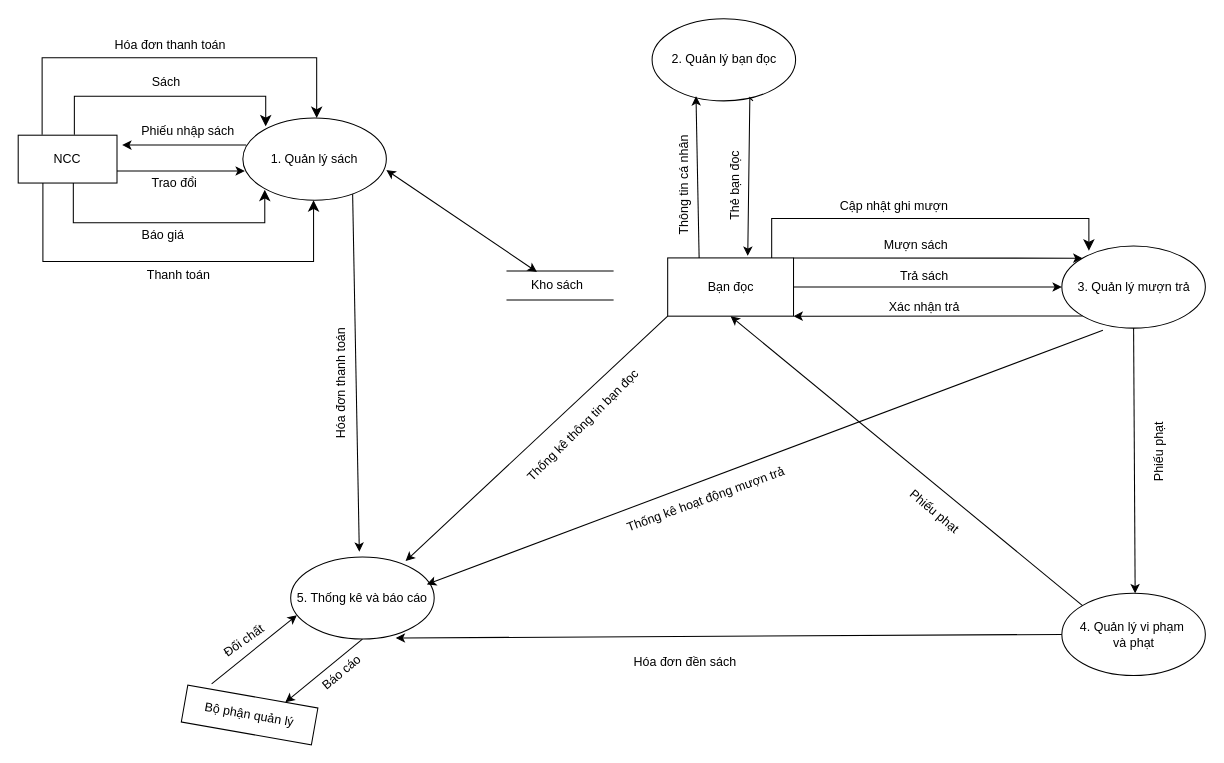
Before: page "Sơ đồ mức đỉnh" (4 of 8) of Đồ án nhóm 1.drawio in Nguyenquynh235/DoAnNhom1, a draw.io diagram. Source tidied: cells renumbered, new cells numbered last; positions are measured from the earlier drawing's top-left corner, leaving out a move shared by most shapes. Both pictures are drawn from the tidied source at 104%, with x=0, y=0 at pixel (18, 18).
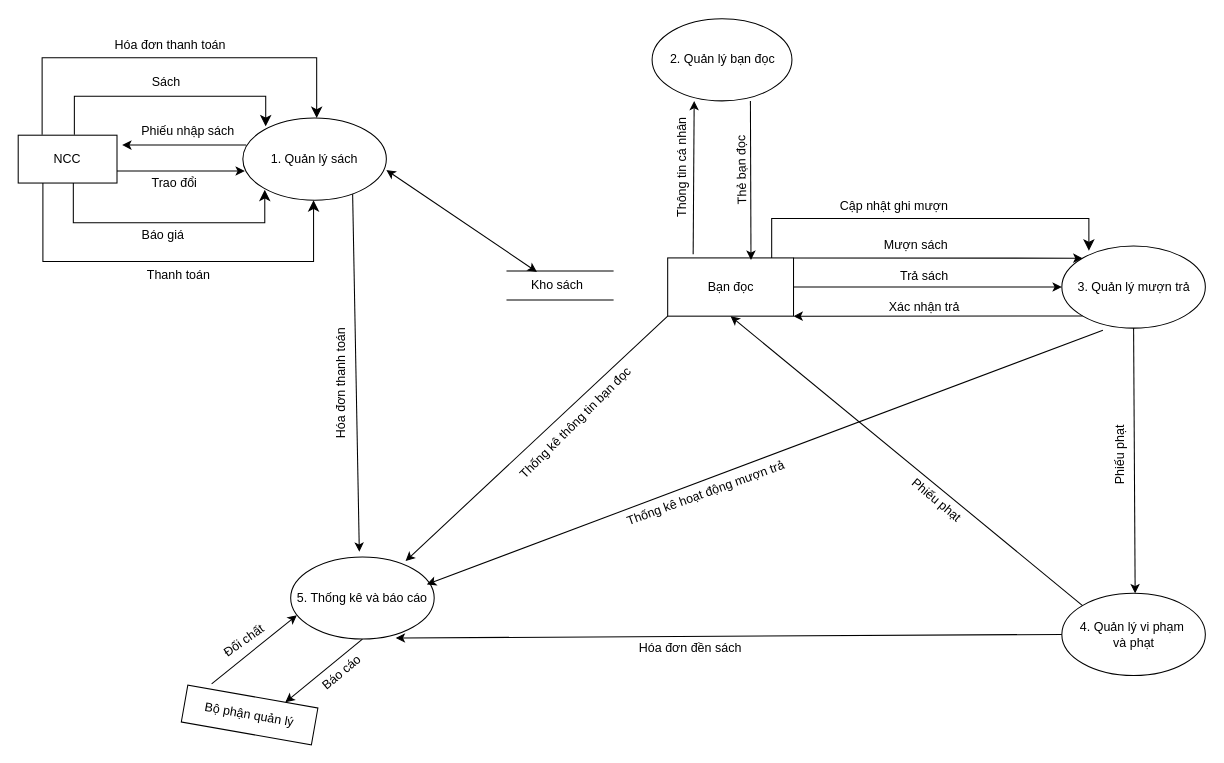
The same page after the edit.

Unchanged cells that the change refers to:
```xml
<mxCell id="15" value="Bạn đọc" style="rounded=0;whiteSpace=wrap;html=1;" parent="1" vertex="1">
  <mxGeometry x="624.5" y="230.5" width="121" height="56" as="geometry" />
</mxCell>
```

Change to the diagram source:
```diff
@@
     <mxCell id="3" value="2. Quản lý bạn đọc" style="ellipse;whiteSpace=wrap;html=1;" parent="1" vertex="1">
-      <mxGeometry x="609.5" y="0.5" width="138" height="79" as="geometry" />
+      <mxGeometry x="609.5" y="0.5" width="134.5" height="79" as="geometry" />
     </mxCell>
@@
-    <mxCell id="16" style="endArrow=classic;html=1;rounded=0;exitX=0.25;exitY=0;exitDx=0;exitDy=0;entryX=0.306;entryY=0.943;entryDx=0;entryDy=0;entryPerimeter=0;" parent="1" edge="1" source="15" target="3">
-      <mxGeometry relative="1" as="geometry" />
+    <mxCell id="16" style="endArrow=classic;html=1;rounded=0;entryX=0.301;entryY=1.001;entryDx=0;entryDy=0;entryPerimeter=0;" parent="1" edge="1" target="3">
+      <mxGeometry relative="1" as="geometry">
+        <mxPoint x="649" y="227" as="sourcePoint" />
+      </mxGeometry>
     </mxCell>
-    <mxCell id="17" style="endArrow=classic;html=1;rounded=0;exitX=0.703;exitY=1;exitDx=0;exitDy=0;exitPerimeter=0;" parent="1" edge="1" source="3">
-      <mxGeometry relative="1" as="geometry">
-        <mxPoint x="701.5" y="228.5" as="targetPoint" />
-        <Array as="points">
-          <mxPoint x="703.5" y="76.5" />
-        </Array>
-      </mxGeometry>
+    <mxCell id="17" style="endArrow=classic;html=1;rounded=0;exitX=0.703;exitY=1;exitDx=0;exitDy=0;exitPerimeter=0;entryX=0.662;entryY=0.034;entryDx=0;entryDy=0;entryPerimeter=0;" parent="1" edge="1" source="3" target="15">
+      <mxGeometry relative="1" as="geometry" />
     </mxCell>
@@
     <mxCell id="42" value="Thống kê thông tin bạn đọc" style="text;html=1;align=center;verticalAlign=middle;strokeColor=none;fillColor=none;rotation=-45;" parent="1" vertex="1">
-      <mxGeometry x="461.5" y="379" width="163" height="26" as="geometry" />
+      <mxGeometry x="454" y="377" width="163" height="26" as="geometry" />
     </mxCell>
-    <mxCell id="43" value="Thẻ bạn đọc" style="text;html=1;align=center;verticalAlign=middle;strokeColor=none;fillColor=none;rotation=-90;" parent="1" vertex="1">
-      <mxGeometry x="646.5" y="148.5" width="85" height="26" as="geometry" />
-    </mxCell>
-    <mxCell id="44" value="Thông tin cá nhân" style="text;html=1;align=center;verticalAlign=middle;strokeColor=none;fillColor=none;rotation=-90;" parent="1" vertex="1">
-      <mxGeometry x="583.5" y="148.5" width="114" height="26" as="geometry" />
-    </mxCell>
     <mxCell id="45" value="Phiếu phạt" style="text;html=1;align=center;verticalAlign=middle;strokeColor=none;fillColor=none;rotation=40;" parent="1" vertex="1">
-      <mxGeometry x="843" y="461" width="75" height="26" as="geometry" />
+      <mxGeometry x="845" y="450" width="75" height="26" as="geometry" />
     </mxCell>
     <mxCell id="46" value="Phiếu phạt" style="text;html=1;align=center;verticalAlign=middle;strokeColor=none;fillColor=none;rotation=-90;" parent="1" vertex="1">
-      <mxGeometry x="1060" y="405" width="75" height="26" as="geometry" />
+      <mxGeometry x="1022" y="408" width="75" height="26" as="geometry" />
     </mxCell>
     <mxCell id="47" value="Thống kê hoạt động mượn trả" style="text;html=1;align=center;verticalAlign=middle;strokeColor=none;fillColor=none;rotation=-20;" parent="1" vertex="1">
-      <mxGeometry x="572" y="450" width="178" height="26" as="geometry" />
+      <mxGeometry x="572" y="444" width="178" height="26" as="geometry" />
     </mxCell>
     <mxCell id="48" value="Hóa đơn đền sách" style="text;html=1;align=center;verticalAlign=middle;strokeColor=none;fillColor=none;rotation=0;" parent="1" vertex="1">
-      <mxGeometry x="582" y="606" width="117" height="26" as="geometry" />
+      <mxGeometry x="587" y="593" width="117" height="26" as="geometry" />
     </mxCell>
@@
+    <mxCell id="43" value="Thẻ bạn đọc" style="text;html=1;align=center;verticalAlign=middle;whiteSpace=wrap;rounded=0;rotation=-91;" parent="1" vertex="1">
+      <mxGeometry x="660" y="131" width="72" height="30" as="geometry" />
+    </mxCell>
+    <mxCell id="44" value="Thông tin cá nhân" style="text;html=1;align=center;verticalAlign=middle;whiteSpace=wrap;rounded=0;rotation=-90;" parent="1" vertex="1">
+      <mxGeometry x="587" y="128.5" width="102" height="30" as="geometry" />
+    </mxCell>
```
